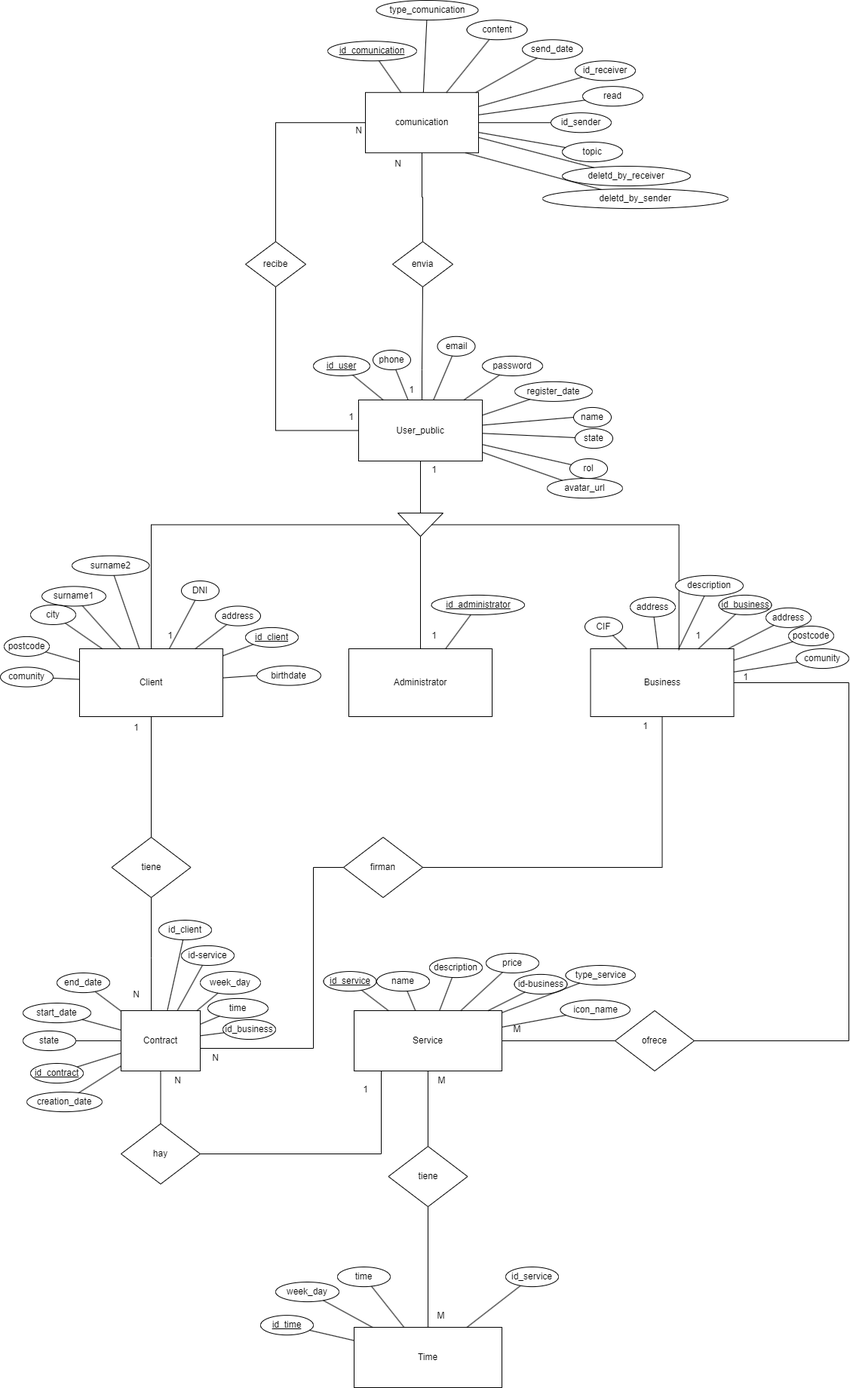
Before: documentacion_extra/base_datos/ER.drawio.png, a diagram exported from draw.io (egilp04/TFG_Cuidados). Source tidied: cells renumbered, new cells last; positions are measured from the earlier drawing's top-left corner, leaving out a move shared by most shapes.
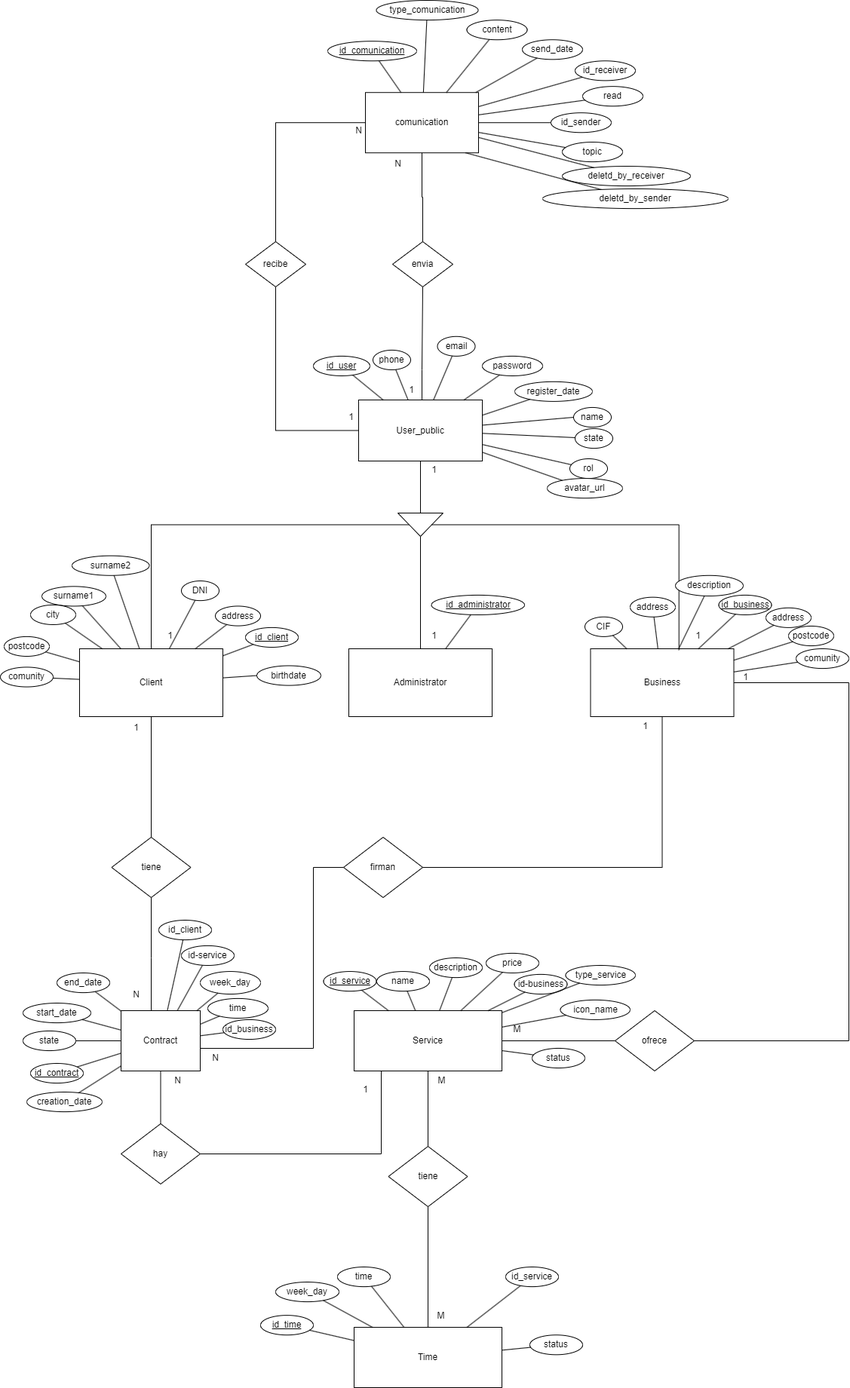
Above is the later version.

Diff of the diagram source:
```diff
@@ -532,5 +532,17 @@
     <mxCell id="167" style="endArrow=none;html=1;rounded=0;" parent="1" edge="1" source="24" target="166">
       <mxGeometry relative="1" as="geometry" />
     </mxCell>
+    <mxCell id="168" value="status" style="ellipse;whiteSpace=wrap;html=1;" parent="1" vertex="1">
+      <mxGeometry x="705" y="1390" width="70" height="26.1" as="geometry" />
+    </mxCell>
+    <mxCell id="169" style="endArrow=none;html=1;rounded=0;" parent="1" edge="1" source="24" target="168">
+      <mxGeometry relative="1" as="geometry" />
+    </mxCell>
+    <mxCell id="170" value="status" style="ellipse;whiteSpace=wrap;html=1;" parent="1" vertex="1">
+      <mxGeometry x="702" y="1770.2" width="70" height="26.1" as="geometry" />
+    </mxCell>
+    <mxCell id="171" style="endArrow=none;html=1;rounded=0;" parent="1" edge="1" source="170" target="29">
+      <mxGeometry relative="1" as="geometry" />
+    </mxCell>
   </root>
 </mxGraphModel>
```
